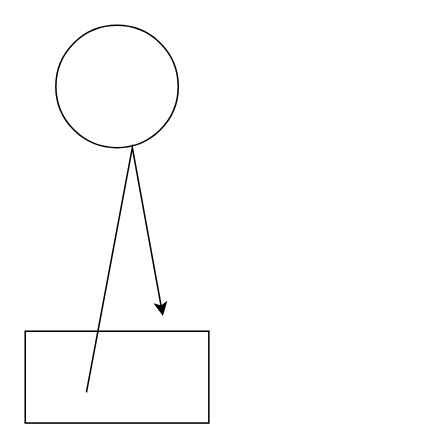
Before: 未命名绘图.drawio in dingshaohua-cn/drawio, a draw.io diagram. Source tidied: cells renumbered, new cells numbered last; positions are measured from the earlier drawing's top-left corner, leaving out a move shared by most shapes. Both pictures are drawn from the tidied source at 153%, with x=0, y=0 at pixel (24, 24).
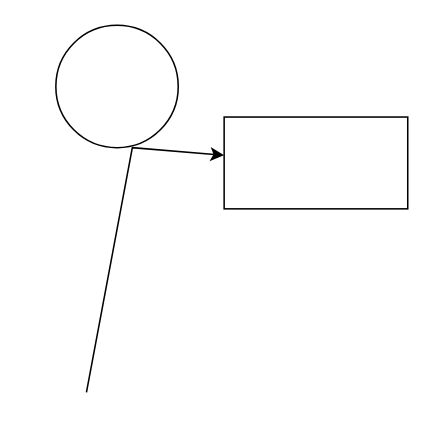
After the change.

Commit message (it also covers changes not shown here):
更新未命名绘图.drawio

Diff of the diagram source:
```diff
@@
 <mxGraphModel>
   <root>
     <mxCell id="0" />
     <mxCell id="1" parent="0" />
     <mxCell id="2" style="ellipse;whiteSpace=wrap;html=1;" parent="1" vertex="1">
       <mxGeometry x="20" width="80" height="80" as="geometry" />
     </mxCell>
     <mxCell id="3" style="rounded=0;whiteSpace=wrap;html=1;" parent="1" vertex="1">
-      <mxGeometry y="200" width="120" height="60" as="geometry" />
+      <mxGeometry x="130" y="60" width="120" height="60" as="geometry" />
     </mxCell>
-    <mxCell id="4" style="endArrow=classic;html=1;rounded=0;" parent="1" edge="1">
+    <mxCell id="4" style="endArrow=classic;html=1;rounded=0;" parent="1" edge="1" target="3">
       <mxGeometry relative="1" as="geometry">
         <mxPoint x="40" y="240" as="sourcePoint" />
-        <mxPoint x="90" y="190" as="targetPoint" />
         <Array as="points">
           <mxPoint x="70" y="80" />
         </Array>
       </mxGeometry>
     </mxCell>
   </root>
 </mxGraphModel>
```
